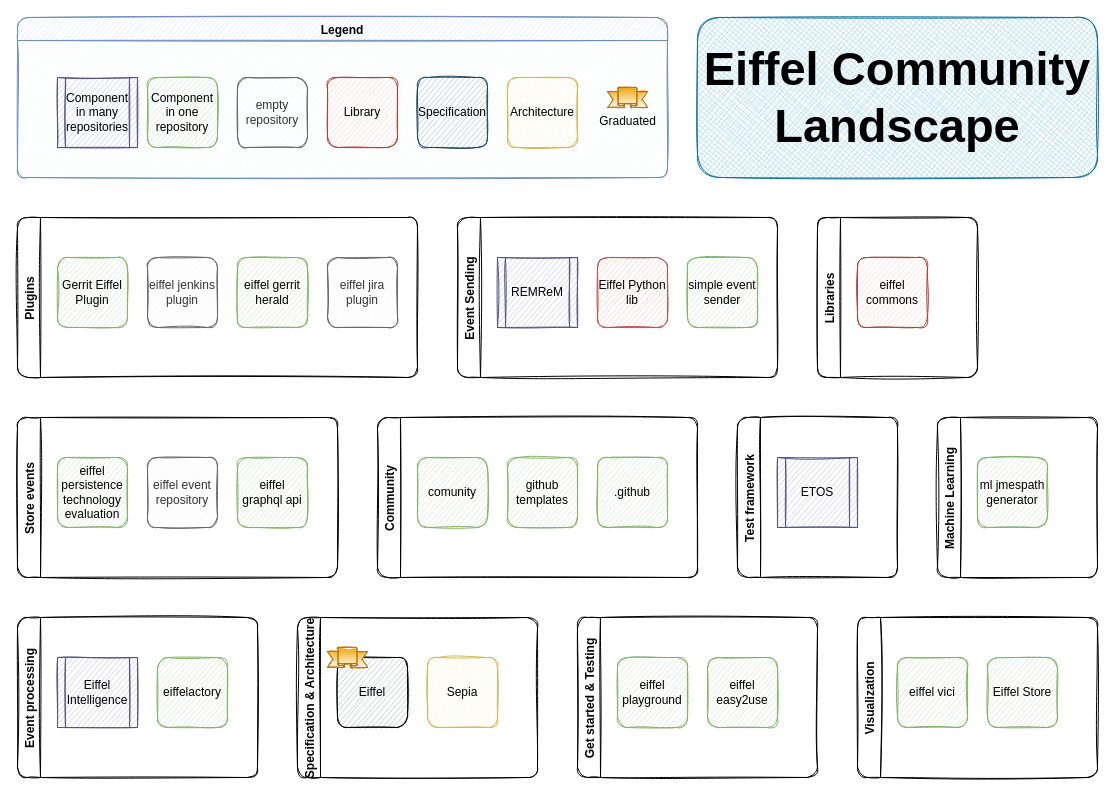
The draw.io diagram landscape/landscape.drawio in eiffel-community/eiffel-sepia, before the edit. Source tidied: cells renumbered, new cells numbered last; positions are measured from the earlier drawing's top-left corner, leaving out a move shared by most shapes. Both pictures are drawn from the tidied source at 100%, with x=0, y=0 at pixel (17, 17).
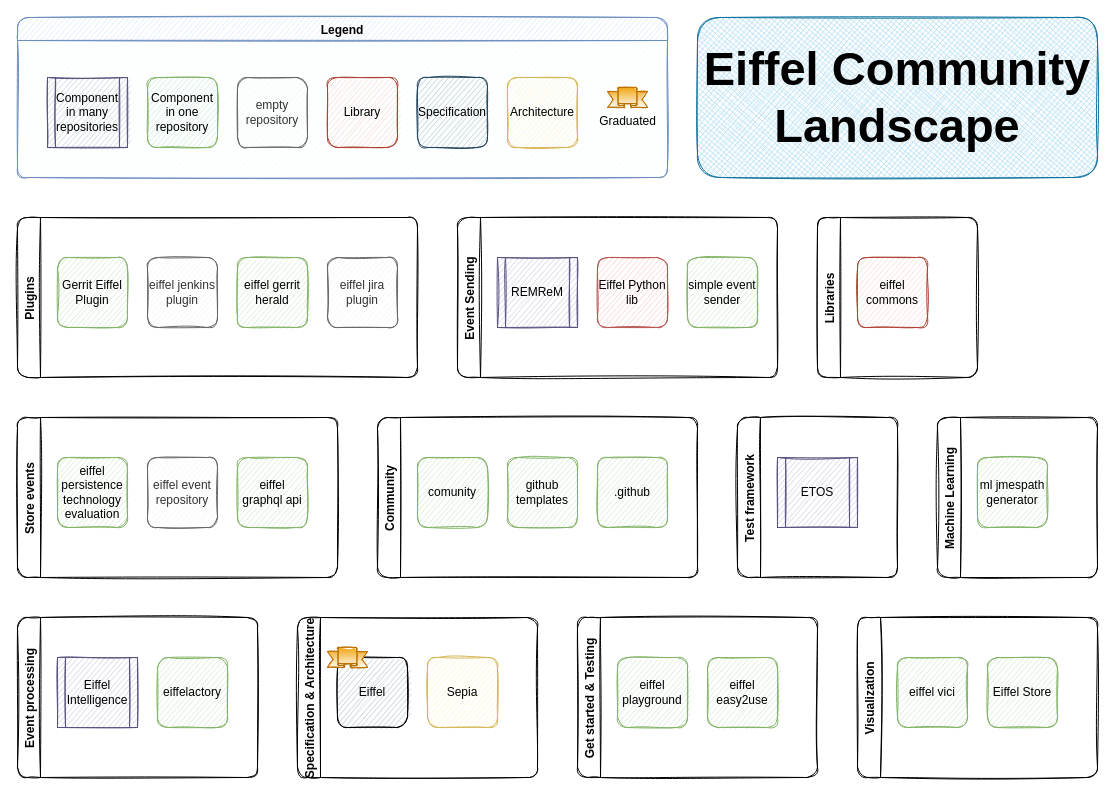
Above is the later version.

Commit message:
Add space in ledgend

Unchanged cells that the change refers to:
```xml
<mxCell id="38" value="Legend" style="swimlane;rounded=1;sketch=1;glass=0;shadow=0;fillColor=#dae8fc;strokeColor=#6c8ebf;swimlaneFillColor=#F0FCFF;" parent="1" vertex="1">
  <mxGeometry width="650" height="160" as="geometry" />
</mxCell>
```

Diff of the diagram source:
```diff
@@
-    <mxCell id="45" value="&lt;div&gt;Component in many repositories&lt;/div&gt;" style="shape=process;whiteSpace=wrap;html=1;backgroundOutline=1;fontFamily=Helvetica;fontSize=12;align=center;strokeColor=#56517e;fillColor=#d0cee2;sketch=1;" parent="1" vertex="1">
-      <mxGeometry x="40" y="60" width="80" height="70" as="geometry" />
+    <mxCell id="45" value="&lt;div&gt;Component in many repositories&lt;/div&gt;" style="shape=process;whiteSpace=wrap;html=1;backgroundOutline=1;fontFamily=Helvetica;fontSize=12;align=center;strokeColor=#56517e;fillColor=#d0cee2;sketch=1;" parent="38" vertex="1">
+      <mxGeometry x="30" y="60" width="80" height="70" as="geometry" />
     </mxCell>
```
